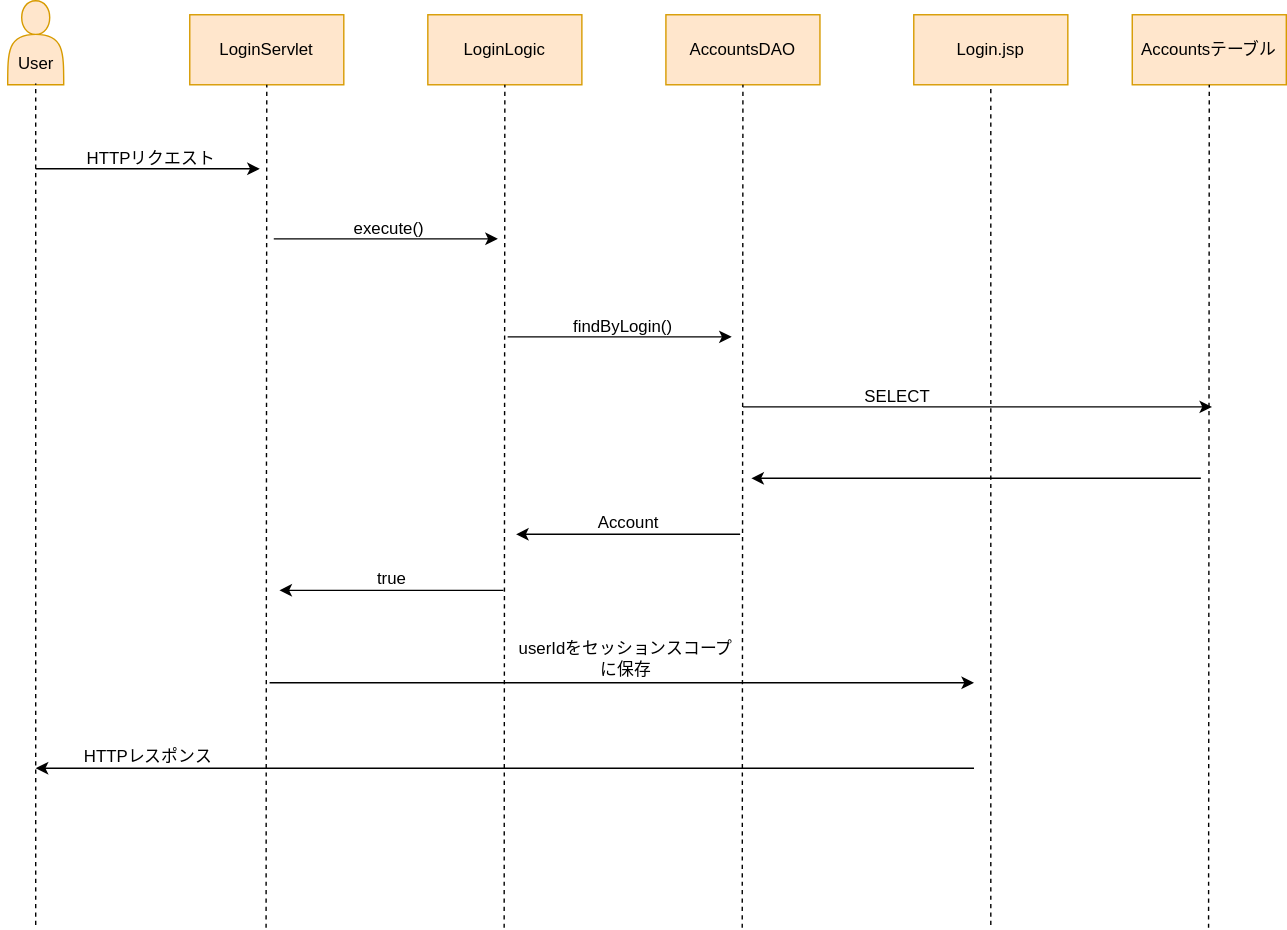
Before: シーケンス図.drawio.svg, a diagram exported from draw.io (OsakiKCCS/sampleRepo). Source tidied: cells renumbered, new cells last; positions are measured from the earlier drawing's top-left corner, leaving out a move shared by most shapes. The source it was exported from:
```xml
<mxGraphModel>
  <root>
    <mxCell id="0" />
    <mxCell id="1" parent="0" />
    <mxCell id="2" value="LoginServlet&lt;span style=&quot;color: rgba(0, 0, 0, 0); font-family: monospace; font-size: 0px; text-align: start; text-wrap: nowrap;&quot;&gt;%3CmxGraphModel%3E%3Croot%3E%3CmxCell%20id%3D%220%22%2F%3E%3CmxCell%20id%3D%221%22%20parent%3D%220%22%2F%3E%3CmxCell%20id%3D%222%22%20value%3D%22WelcomeServlet%22%20style%3D%22html%3D1%3BwhiteSpace%3Dwrap%3B%22%20vertex%3D%221%22%20parent%3D%221%22%3E%3CmxGeometry%20x%3D%2240%22%20y%3D%22100%22%20width%3D%22110%22%20height%3D%2250%22%20as%3D%22geometry%22%2F%3E%3C%2FmxCell%3E%3C%2Froot%3E%3C%2FmxGraphModel%3E&lt;/span&gt;" style="html=1;whiteSpace=wrap;fillColor=#ffe6cc;strokeColor=#d79b00;" parent="1" vertex="1">
      <mxGeometry x="135" y="10" width="110" height="50" as="geometry" />
    </mxCell>
    <mxCell id="3" value="LoginLogic" style="html=1;whiteSpace=wrap;fillColor=#ffe6cc;strokeColor=#d79b00;" parent="1" vertex="1">
      <mxGeometry x="305" y="10" width="110" height="50" as="geometry" />
    </mxCell>
    <mxCell id="4" value="AccountsDAO" style="html=1;whiteSpace=wrap;fillColor=#ffe6cc;strokeColor=#d79b00;" parent="1" vertex="1">
      <mxGeometry x="475" y="10" width="110" height="50" as="geometry" />
    </mxCell>
    <mxCell id="5" value="Login.jsp" style="html=1;whiteSpace=wrap;fillColor=#ffe6cc;strokeColor=#d79b00;" parent="1" vertex="1">
      <mxGeometry x="652" y="10" width="110" height="50" as="geometry" />
    </mxCell>
    <mxCell id="6" style="endArrow=none;dashed=1;html=1;rounded=0;" parent="1" edge="1">
      <mxGeometry relative="1" as="geometry">
        <mxPoint x="189.5" y="662" as="sourcePoint" />
        <mxPoint x="190" y="60" as="targetPoint" />
      </mxGeometry>
    </mxCell>
    <mxCell id="7" style="endArrow=none;dashed=1;html=1;rounded=0;" parent="1" edge="1">
      <mxGeometry relative="1" as="geometry">
        <mxPoint x="359.5" y="662" as="sourcePoint" />
        <mxPoint x="360" y="60" as="targetPoint" />
      </mxGeometry>
    </mxCell>
    <mxCell id="8" style="endArrow=none;dashed=1;html=1;rounded=0;" parent="1" edge="1">
      <mxGeometry relative="1" as="geometry">
        <mxPoint x="529.5" y="662" as="sourcePoint" />
        <mxPoint x="530" y="60" as="targetPoint" />
      </mxGeometry>
    </mxCell>
    <mxCell id="9" style="endArrow=none;dashed=1;html=1;rounded=0;entryX=0.5;entryY=1;entryDx=0;entryDy=0;" parent="1" edge="1" target="5">
      <mxGeometry relative="1" as="geometry">
        <mxPoint x="707" y="660" as="sourcePoint" />
      </mxGeometry>
    </mxCell>
    <mxCell id="10" style="shape=actor;whiteSpace=wrap;html=1;fillColor=#ffe6cc;strokeColor=#d79b00;" parent="1" vertex="1">
      <mxGeometry x="5" width="40" height="60" as="geometry" />
    </mxCell>
    <mxCell id="11" value="User" style="text;html=1;align=center;verticalAlign=middle;points=[];strokeColor=none;fillColor=none;" parent="1" vertex="1">
      <mxGeometry y="30" width="50" height="30" as="geometry" />
    </mxCell>
    <mxCell id="12" style="endArrow=none;dashed=1;html=1;rounded=0;entryX=0.5;entryY=0.967;entryDx=0;entryDy=0;entryPerimeter=0;" parent="1" edge="1" target="11">
      <mxGeometry relative="1" as="geometry">
        <mxPoint x="25" y="660" as="sourcePoint" />
      </mxGeometry>
    </mxCell>
    <mxCell id="13" style="endArrow=classic;html=1;rounded=0;" parent="1" edge="1">
      <mxGeometry relative="1" as="geometry">
        <mxPoint x="25" y="120" as="sourcePoint" />
        <mxPoint x="185" y="120" as="targetPoint" />
      </mxGeometry>
    </mxCell>
    <mxCell id="14" value="HTTPリクエスト" style="text;html=1;align=center;verticalAlign=middle;strokeColor=none;fillColor=none;" parent="1" vertex="1">
      <mxGeometry x="52" y="98" width="110" height="30" as="geometry" />
    </mxCell>
    <mxCell id="15" style="endArrow=classic;html=1;rounded=0;" parent="1" edge="1">
      <mxGeometry relative="1" as="geometry">
        <mxPoint x="195" y="170" as="sourcePoint" />
        <mxPoint x="355" y="170" as="targetPoint" />
      </mxGeometry>
    </mxCell>
    <mxCell id="16" value="execute()" style="text;html=1;align=center;verticalAlign=middle;strokeColor=none;fillColor=none;" parent="1" vertex="1">
      <mxGeometry x="242" y="148" width="70" height="30" as="geometry" />
    </mxCell>
    <mxCell id="17" style="endArrow=classic;html=1;rounded=0;" parent="1" edge="1">
      <mxGeometry relative="1" as="geometry">
        <mxPoint x="362" y="240" as="sourcePoint" />
        <mxPoint x="522" y="240" as="targetPoint" />
      </mxGeometry>
    </mxCell>
    <mxCell id="18" value="findByLogin()" style="text;html=1;align=center;verticalAlign=middle;strokeColor=none;fillColor=none;" parent="1" vertex="1">
      <mxGeometry x="399" y="218" width="90" height="30" as="geometry" />
    </mxCell>
    <mxCell id="19" style="endArrow=classic;html=1;rounded=0;" parent="1" edge="1">
      <mxGeometry relative="1" as="geometry">
        <mxPoint x="530" y="290" as="sourcePoint" />
        <mxPoint x="865" y="290" as="targetPoint" />
      </mxGeometry>
    </mxCell>
    <mxCell id="20" value="SELECT" style="text;html=1;align=center;verticalAlign=middle;strokeColor=none;fillColor=none;" parent="1" vertex="1">
      <mxGeometry x="605" y="268" width="70" height="30" as="geometry" />
    </mxCell>
    <mxCell id="21" style="endArrow=classic;html=1;rounded=0;" parent="1" edge="1">
      <mxGeometry relative="1" as="geometry">
        <mxPoint x="857" y="341" as="sourcePoint" />
        <mxPoint x="536" y="341" as="targetPoint" />
      </mxGeometry>
    </mxCell>
    <mxCell id="22" value="Account" style="text;html=1;align=center;verticalAlign=middle;strokeColor=none;fillColor=none;" parent="1" vertex="1">
      <mxGeometry x="413" y="358" width="70" height="30" as="geometry" />
    </mxCell>
    <mxCell id="23" style="endArrow=classic;html=1;rounded=0;" parent="1" edge="1">
      <mxGeometry relative="1" as="geometry">
        <mxPoint x="528" y="381" as="sourcePoint" />
        <mxPoint x="368" y="381" as="targetPoint" />
      </mxGeometry>
    </mxCell>
    <mxCell id="24" value="true" style="text;html=1;align=center;verticalAlign=middle;strokeColor=none;fillColor=none;" parent="1" vertex="1">
      <mxGeometry x="259" y="398" width="40" height="30" as="geometry" />
    </mxCell>
    <mxCell id="25" style="endArrow=classic;html=1;rounded=0;" parent="1" edge="1">
      <mxGeometry relative="1" as="geometry">
        <mxPoint x="359" y="421" as="sourcePoint" />
        <mxPoint x="199" y="421" as="targetPoint" />
      </mxGeometry>
    </mxCell>
    <mxCell id="26" value="HTTPレスポンス" style="text;html=1;align=center;verticalAlign=middle;strokeColor=none;fillColor=none;" parent="1" vertex="1">
      <mxGeometry x="50" y="525" width="110" height="30" as="geometry" />
    </mxCell>
    <mxCell id="27" style="endArrow=classic;html=1;rounded=0;" parent="1" edge="1">
      <mxGeometry relative="1" as="geometry">
        <mxPoint x="695" y="548" as="sourcePoint" />
        <mxPoint x="25" y="548" as="targetPoint" />
      </mxGeometry>
    </mxCell>
    <mxCell id="28" value="Accountsテーブル" style="html=1;whiteSpace=wrap;fillColor=#ffe6cc;strokeColor=#d79b00;" parent="1" vertex="1">
      <mxGeometry x="808" y="10" width="110" height="50" as="geometry" />
    </mxCell>
    <mxCell id="29" style="endArrow=none;dashed=1;html=1;rounded=0;" parent="1" edge="1">
      <mxGeometry relative="1" as="geometry">
        <mxPoint x="862.5" y="662" as="sourcePoint" />
        <mxPoint x="863" y="60" as="targetPoint" />
      </mxGeometry>
    </mxCell>
    <mxCell id="30" style="endArrow=classic;html=1;rounded=0;" parent="1" edge="1">
      <mxGeometry relative="1" as="geometry">
        <mxPoint x="192" y="487" as="sourcePoint" />
        <mxPoint x="695" y="487" as="targetPoint" />
        <Array as="points">
          <mxPoint x="225" y="487" />
        </Array>
      </mxGeometry>
    </mxCell>
    <mxCell id="31" value="userIdをセッション&lt;span style=&quot;background-color: initial;&quot;&gt;スコープ&lt;/span&gt;&lt;div&gt;&lt;span style=&quot;background-color: initial;&quot;&gt;に保存&lt;/span&gt;&lt;/div&gt;" style="text;html=1;align=center;verticalAlign=middle;strokeColor=none;fillColor=none;" parent="1" vertex="1">
      <mxGeometry x="356" y="450" width="180" height="40" as="geometry" />
    </mxCell>
  </root>
</mxGraphModel>
```
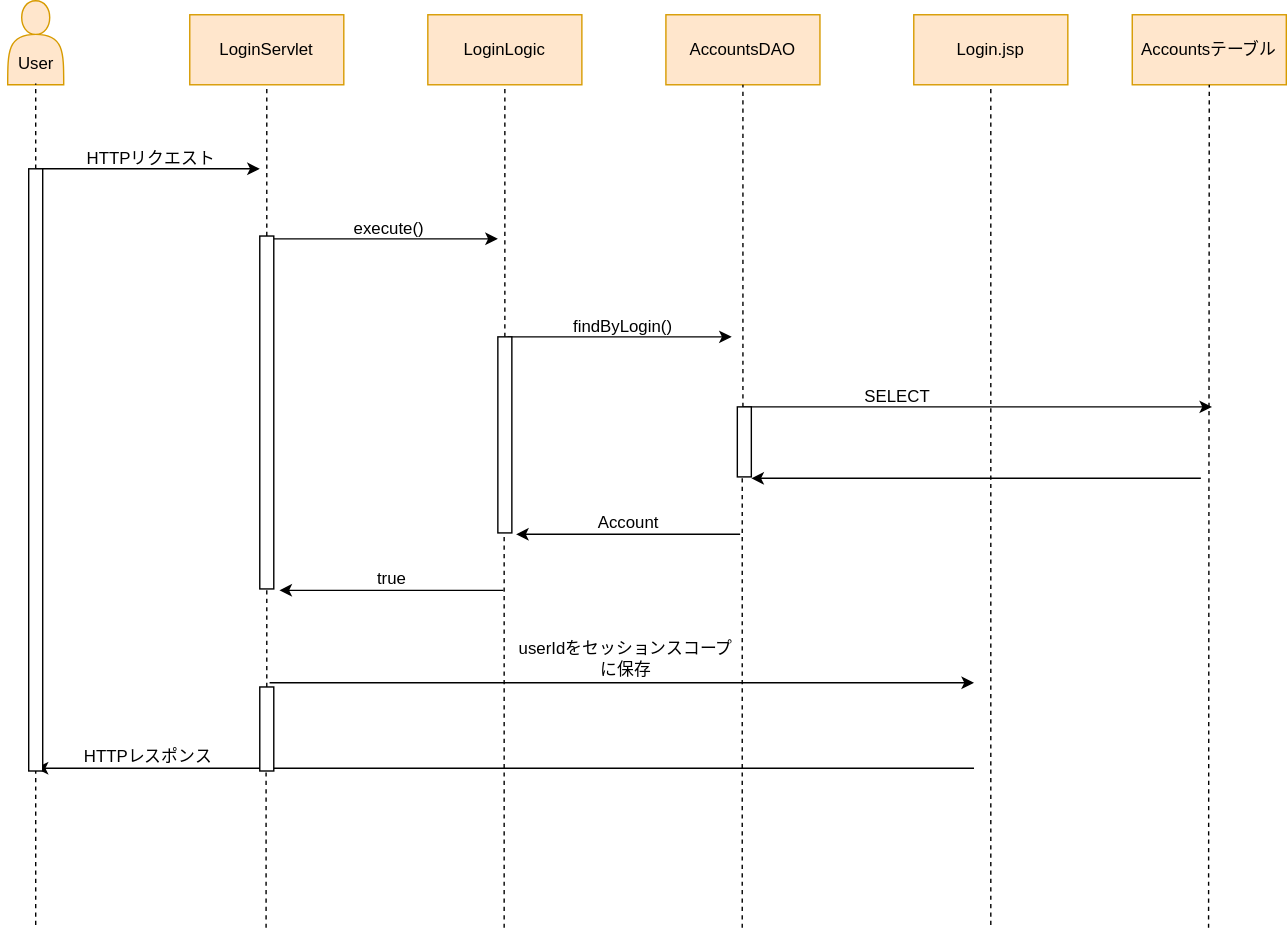
Above is the later version.

Commit message:
シーケンス図.drawio.svg を更新します

Diff of the diagram source:
```diff
@@ -14,21 +14,18 @@
     <mxCell id="5" value="Login.jsp" style="html=1;whiteSpace=wrap;fillColor=#ffe6cc;strokeColor=#d79b00;" parent="1" vertex="1">
       <mxGeometry x="652" y="10" width="110" height="50" as="geometry" />
     </mxCell>
-    <mxCell id="6" style="endArrow=none;dashed=1;html=1;rounded=0;" parent="1" edge="1">
+    <mxCell id="6" style="endArrow=none;dashed=1;html=1;rounded=0;" parent="1" edge="1" source="34">
       <mxGeometry relative="1" as="geometry">
-        <mxPoint x="189.5" y="662" as="sourcePoint" />
         <mxPoint x="190" y="60" as="targetPoint" />
       </mxGeometry>
     </mxCell>
-    <mxCell id="7" style="endArrow=none;dashed=1;html=1;rounded=0;" parent="1" edge="1">
+    <mxCell id="7" style="endArrow=none;dashed=1;html=1;rounded=0;" parent="1" edge="1" source="36">
       <mxGeometry relative="1" as="geometry">
-        <mxPoint x="359.5" y="662" as="sourcePoint" />
         <mxPoint x="360" y="60" as="targetPoint" />
       </mxGeometry>
     </mxCell>
-    <mxCell id="8" style="endArrow=none;dashed=1;html=1;rounded=0;" parent="1" edge="1">
+    <mxCell id="8" style="endArrow=none;dashed=1;html=1;rounded=0;" parent="1" edge="1" source="38">
       <mxGeometry relative="1" as="geometry">
-        <mxPoint x="529.5" y="662" as="sourcePoint" />
         <mxPoint x="530" y="60" as="targetPoint" />
       </mxGeometry>
     </mxCell>
@@ -138,5 +135,38 @@
     <mxCell id="31" value="userIdをセッション&lt;span style=&quot;background-color: initial;&quot;&gt;スコープ&lt;/span&gt;&lt;div&gt;&lt;span style=&quot;background-color: initial;&quot;&gt;に保存&lt;/span&gt;&lt;/div&gt;" style="text;html=1;align=center;verticalAlign=middle;strokeColor=none;fillColor=none;" parent="1" vertex="1">
       <mxGeometry x="356" y="450" width="180" height="40" as="geometry" />
     </mxCell>
+    <mxCell id="32" style="html=1;perimeter=orthogonalPerimeter;targetShapes=umlLifeline;newEdgeStyle={&quot;curved&quot;:0,&quot;rounded&quot;:0};" parent="1" vertex="1">
+      <mxGeometry x="20" y="120" width="10" height="430" as="geometry" />
+    </mxCell>
+    <mxCell id="33" style="endArrow=none;dashed=1;html=1;rounded=0;" parent="1" edge="1" source="40" target="34">
+      <mxGeometry relative="1" as="geometry" />
+    </mxCell>
+    <mxCell id="34" style="html=1;points=[[0,0,0,0,5],[0,1,0,0,-5],[1,0,0,0,5],[1,1,0,0,-5]];perimeter=orthogonalPerimeter;outlineConnect=0;targetShapes=umlLifeline;portConstraint=eastwest;newEdgeStyle={&quot;curved&quot;:0,&quot;rounded&quot;:0};" parent="1" vertex="1">
+      <mxGeometry x="185" y="168" width="10" height="252" as="geometry" />
+    </mxCell>
+    <mxCell id="35" style="endArrow=none;dashed=1;html=1;rounded=0;" parent="1" edge="1" target="36">
+      <mxGeometry relative="1" as="geometry">
+        <mxPoint x="359.5" y="662" as="sourcePoint" />
+      </mxGeometry>
+    </mxCell>
+    <mxCell id="36" style="html=1;points=[[0,0,0,0,5],[0,1,0,0,-5],[1,0,0,0,5],[1,1,0,0,-5]];perimeter=orthogonalPerimeter;outlineConnect=0;targetShapes=umlLifeline;portConstraint=eastwest;newEdgeStyle={&quot;curved&quot;:0,&quot;rounded&quot;:0};" parent="1" vertex="1">
+      <mxGeometry x="355" y="240" width="10" height="140" as="geometry" />
+    </mxCell>
+    <mxCell id="37" style="endArrow=none;dashed=1;html=1;rounded=0;" parent="1" edge="1" target="38">
+      <mxGeometry relative="1" as="geometry">
+        <mxPoint x="529.5" y="662" as="sourcePoint" />
+      </mxGeometry>
+    </mxCell>
+    <mxCell id="38" style="html=1;points=[[0,0,0,0,5],[0,1,0,0,-5],[1,0,0,0,5],[1,1,0,0,-5]];perimeter=orthogonalPerimeter;outlineConnect=0;targetShapes=umlLifeline;portConstraint=eastwest;newEdgeStyle={&quot;curved&quot;:0,&quot;rounded&quot;:0};" parent="1" vertex="1">
+      <mxGeometry x="526" y="290" width="10" height="50" as="geometry" />
+    </mxCell>
+    <mxCell id="39" style="endArrow=none;dashed=1;html=1;rounded=0;" parent="1" edge="1" target="40">
+      <mxGeometry relative="1" as="geometry">
+        <mxPoint x="189.5" y="662" as="sourcePoint" />
+      </mxGeometry>
+    </mxCell>
+    <mxCell id="40" style="html=1;points=[[0,0,0,0,5],[0,1,0,0,-5],[1,0,0,0,5],[1,1,0,0,-5]];perimeter=orthogonalPerimeter;outlineConnect=0;targetShapes=umlLifeline;portConstraint=eastwest;newEdgeStyle={&quot;curved&quot;:0,&quot;rounded&quot;:0};" parent="1" vertex="1">
+      <mxGeometry x="185" y="490" width="10" height="60" as="geometry" />
+    </mxCell>
   </root>
 </mxGraphModel>
```
